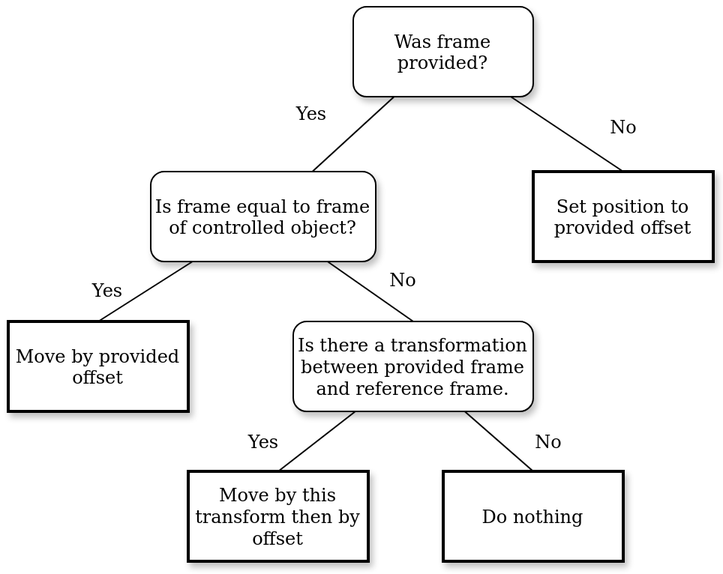
This is doc/Images/GoalPoseBehaviour.png from RobotecAI/robotec-o3de-tools, a draw.io export, as it was before one commit. Source tidied: cells renumbered, new cells last; positions are measured from the earlier drawing's top-left corner, leaving out a move shared by most shapes. Source of this version:
```xml
<mxGraphModel>
  <root>
    <mxCell id="0" />
    <mxCell id="1" parent="0" />
    <mxCell id="2" value="Was frame provided?" style="whiteSpace=wrap;html=1;rounded=1;shadow=1;labelBackgroundColor=none;strokeWidth=1;fontFamily=Verdana;fontSize=12;align=center;" parent="1" vertex="1">
      <mxGeometry x="230" width="120" height="60" as="geometry" />
    </mxCell>
    <mxCell id="3" value="Is frame equal to frame of controlled object?" style="whiteSpace=wrap;html=1;rounded=1;shadow=1;labelBackgroundColor=none;strokeWidth=1;fontFamily=Verdana;fontSize=12;align=center;" parent="1" vertex="1">
      <mxGeometry x="95" y="110" width="150" height="60" as="geometry" />
    </mxCell>
    <mxCell id="4" value="No" style="rounded=0;html=1;labelBackgroundColor=none;startArrow=none;startFill=0;startSize=5;endArrow=none;endFill=0;endSize=5;jettySize=auto;strokeWidth=1;fontFamily=Verdana;fontSize=12;entryX=0.5;entryY=0;entryDx=0;entryDy=0;" parent="1" edge="1" source="2" target="6">
      <mxGeometry x="0.63" y="25" relative="1" as="geometry" />
    </mxCell>
    <mxCell id="5" value="Yes" style="rounded=0;html=1;labelBackgroundColor=none;startArrow=none;startFill=0;startSize=5;endArrow=none;endFill=0;endSize=5;jettySize=auto;strokeWidth=1;fontFamily=Verdana;fontSize=12;" parent="1" edge="1" source="2" target="3">
      <mxGeometry x="0.31" y="-29" relative="1" as="geometry" />
    </mxCell>
    <mxCell id="6" value="Set position to provided offset" style="whiteSpace=wrap;html=1;rounded=0;shadow=1;labelBackgroundColor=none;strokeWidth=2;fontFamily=Verdana;fontSize=12;align=center;" parent="1" vertex="1">
      <mxGeometry x="350" y="110" width="120" height="60" as="geometry" />
    </mxCell>
    <mxCell id="7" value="&lt;div&gt;Is there a transformation between provided frame and reference frame.&lt;/div&gt;" style="whiteSpace=wrap;html=1;rounded=1;shadow=1;labelBackgroundColor=none;strokeWidth=1;fontFamily=Verdana;fontSize=12;align=center;" parent="1" vertex="1">
      <mxGeometry x="190" y="210" width="160" height="60" as="geometry" />
    </mxCell>
    <mxCell id="8" value="Yes" style="rounded=0;html=1;labelBackgroundColor=none;startArrow=none;startFill=0;startSize=5;endArrow=none;endFill=0;endSize=5;jettySize=auto;strokeWidth=1;fontFamily=Verdana;fontSize=12;entryX=0.5;entryY=0;entryDx=0;entryDy=0;" parent="1" edge="1" source="3" target="14">
      <mxGeometry x="0.55" y="-14" relative="1" as="geometry" />
    </mxCell>
    <mxCell id="9" value="No" style="rounded=0;html=1;labelBackgroundColor=none;startArrow=none;startFill=0;startSize=5;endArrow=none;endFill=0;endSize=5;jettySize=auto;strokeWidth=1;fontFamily=Verdana;fontSize=12;entryX=0.5;entryY=0;entryDx=0;entryDy=0;" parent="1" edge="1" source="3" target="7">
      <mxGeometry x="0.34" y="20" relative="1" as="geometry">
        <mxPoint y="1" as="offset" />
      </mxGeometry>
    </mxCell>
    <mxCell id="10" value="Move by this transform then by offset" style="whiteSpace=wrap;html=1;rounded=0;shadow=1;labelBackgroundColor=none;strokeWidth=2;fontFamily=Verdana;fontSize=12;align=center;" parent="1" vertex="1">
      <mxGeometry x="120" y="310" width="120" height="60" as="geometry" />
    </mxCell>
    <mxCell id="11" value="Do nothing" style="whiteSpace=wrap;html=1;rounded=0;shadow=1;labelBackgroundColor=none;strokeWidth=2;fontFamily=Verdana;fontSize=12;align=center;" parent="1" vertex="1">
      <mxGeometry x="290" y="310" width="120" height="60" as="geometry" />
    </mxCell>
    <mxCell id="12" value="Yes" style="rounded=0;html=1;labelBackgroundColor=none;startArrow=none;startFill=0;startSize=5;endArrow=none;endFill=0;endSize=5;jettySize=auto;strokeWidth=1;fontFamily=Verdana;fontSize=12;entryX=0.5;entryY=0;entryDx=0;entryDy=0;" parent="1" edge="1" source="7" target="10">
      <mxGeometry x="0.87" y="-22" relative="1" as="geometry" />
    </mxCell>
    <mxCell id="13" value="No" style="rounded=0;html=1;labelBackgroundColor=none;startArrow=none;startFill=0;startSize=5;endArrow=none;endFill=0;endSize=5;jettySize=auto;strokeWidth=1;fontFamily=Verdana;fontSize=12;entryX=0.5;entryY=0;entryDx=0;entryDy=0;" parent="1" edge="1" source="7" target="11">
      <mxGeometry x="0.81" y="22" relative="1" as="geometry" />
    </mxCell>
    <mxCell id="14" value="Move by provided offset" style="whiteSpace=wrap;html=1;rounded=0;shadow=1;labelBackgroundColor=none;strokeWidth=2;fontFamily=Verdana;fontSize=12;align=center;" parent="1" vertex="1">
      <mxGeometry y="210" width="120" height="60" as="geometry" />
    </mxCell>
  </root>
</mxGraphModel>
```
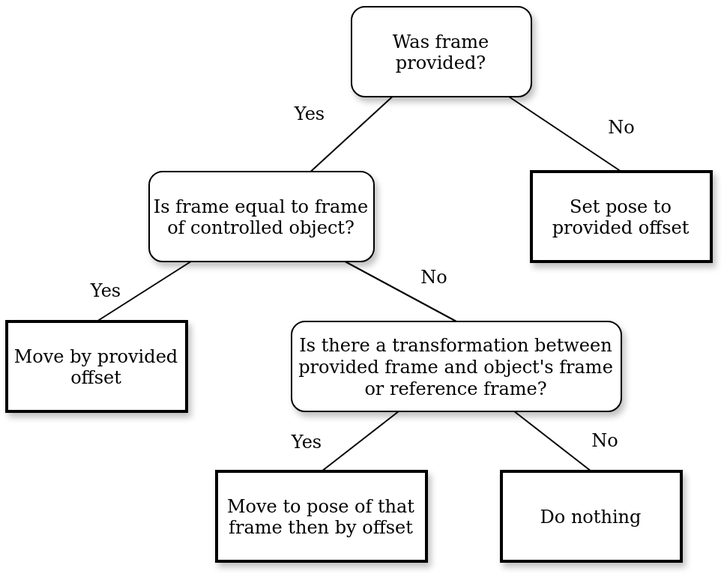
Later version of the same file.

Change to the diagram source:
```diff
@@ -14,11 +14,11 @@
     <mxCell id="5" value="Yes" style="rounded=0;html=1;labelBackgroundColor=none;startArrow=none;startFill=0;startSize=5;endArrow=none;endFill=0;endSize=5;jettySize=auto;strokeWidth=1;fontFamily=Verdana;fontSize=12;" parent="1" edge="1" source="2" target="3">
       <mxGeometry x="0.31" y="-29" relative="1" as="geometry" />
     </mxCell>
-    <mxCell id="6" value="Set position to provided offset" style="whiteSpace=wrap;html=1;rounded=0;shadow=1;labelBackgroundColor=none;strokeWidth=2;fontFamily=Verdana;fontSize=12;align=center;" parent="1" vertex="1">
+    <mxCell id="6" value="Set pose to provided offset" style="whiteSpace=wrap;html=1;rounded=0;shadow=1;labelBackgroundColor=none;strokeWidth=2;fontFamily=Verdana;fontSize=12;align=center;" parent="1" vertex="1">
       <mxGeometry x="350" y="110" width="120" height="60" as="geometry" />
     </mxCell>
-    <mxCell id="7" value="&lt;div&gt;Is there a transformation between provided frame and reference frame.&lt;/div&gt;" style="whiteSpace=wrap;html=1;rounded=1;shadow=1;labelBackgroundColor=none;strokeWidth=1;fontFamily=Verdana;fontSize=12;align=center;" parent="1" vertex="1">
-      <mxGeometry x="190" y="210" width="160" height="60" as="geometry" />
+    <mxCell id="7" value="&lt;div&gt;Is there a transformation between provided frame and object's frame or reference frame?&lt;br&gt;&lt;/div&gt;" style="whiteSpace=wrap;html=1;rounded=1;shadow=1;labelBackgroundColor=none;strokeWidth=1;fontFamily=Verdana;fontSize=12;align=center;" parent="1" vertex="1">
+      <mxGeometry x="190" y="210" width="220" height="60" as="geometry" />
     </mxCell>
     <mxCell id="8" value="Yes" style="rounded=0;html=1;labelBackgroundColor=none;startArrow=none;startFill=0;startSize=5;endArrow=none;endFill=0;endSize=5;jettySize=auto;strokeWidth=1;fontFamily=Verdana;fontSize=12;entryX=0.5;entryY=0;entryDx=0;entryDy=0;" parent="1" edge="1" source="3" target="14">
       <mxGeometry x="0.55" y="-14" relative="1" as="geometry" />
@@ -28,11 +28,11 @@
         <mxPoint y="1" as="offset" />
       </mxGeometry>
     </mxCell>
-    <mxCell id="10" value="Move by this transform then by offset" style="whiteSpace=wrap;html=1;rounded=0;shadow=1;labelBackgroundColor=none;strokeWidth=2;fontFamily=Verdana;fontSize=12;align=center;" parent="1" vertex="1">
-      <mxGeometry x="120" y="310" width="120" height="60" as="geometry" />
+    <mxCell id="10" value="Move to pose of that frame then by offset" style="whiteSpace=wrap;html=1;rounded=0;shadow=1;labelBackgroundColor=none;strokeWidth=2;fontFamily=Verdana;fontSize=12;align=center;" parent="1" vertex="1">
+      <mxGeometry x="140" y="310" width="140" height="60" as="geometry" />
     </mxCell>
     <mxCell id="11" value="Do nothing" style="whiteSpace=wrap;html=1;rounded=0;shadow=1;labelBackgroundColor=none;strokeWidth=2;fontFamily=Verdana;fontSize=12;align=center;" parent="1" vertex="1">
-      <mxGeometry x="290" y="310" width="120" height="60" as="geometry" />
+      <mxGeometry x="330" y="310" width="120" height="60" as="geometry" />
     </mxCell>
     <mxCell id="12" value="Yes" style="rounded=0;html=1;labelBackgroundColor=none;startArrow=none;startFill=0;startSize=5;endArrow=none;endFill=0;endSize=5;jettySize=auto;strokeWidth=1;fontFamily=Verdana;fontSize=12;entryX=0.5;entryY=0;entryDx=0;entryDy=0;" parent="1" edge="1" source="7" target="10">
       <mxGeometry x="0.87" y="-22" relative="1" as="geometry" />
```
